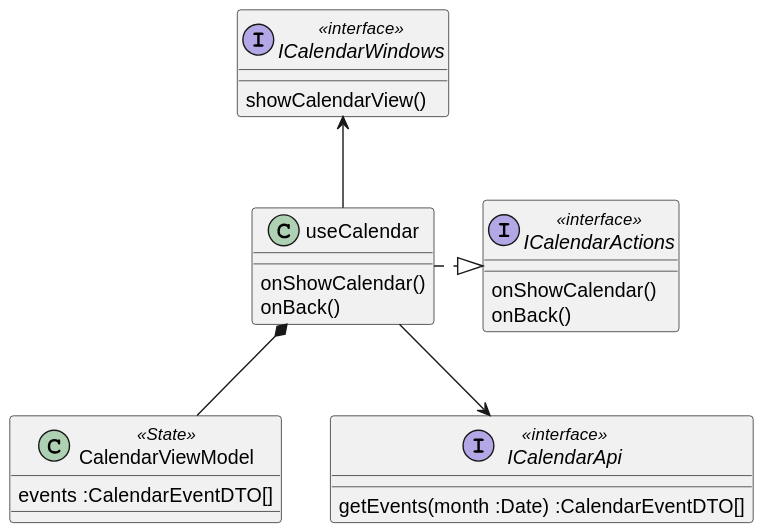
Above: diagrams/frontend/rendered/calendar-presenter.svg in Igor-Ochocki/POP-2026Z (PlantUML), before the change.
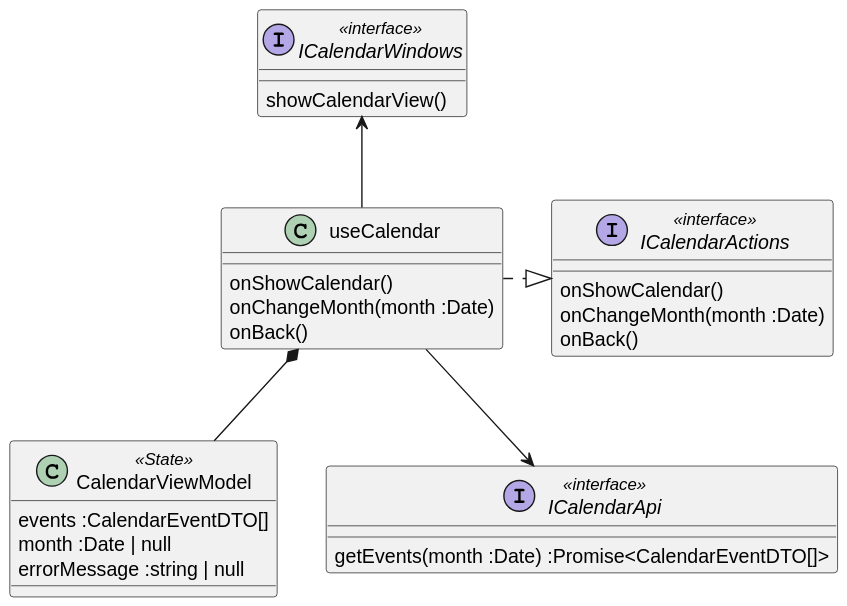
The same file after the commit.

What changed in the source:
```diff
@@ -1,15 +1,19 @@
 @startuml
 class useCalendar {
 onShowCalendar()
+onChangeMonth(month :Date)
 onBack()
 }
 
 class CalendarViewModel <<State>> {
 events :CalendarEventDTO[]
+month :Date | null
+errorMessage :string | null
 }
 
 interface ICalendarActions <<interface>> {
 onShowCalendar()
+onChangeMonth(month :Date)
 onBack()
 }
 
@@ -20,7 +24,7 @@
 useCalendar -u-> ICalendarWindows
 
 interface ICalendarApi <<interface>> {
-getEvents(month :Date) :CalendarEventDTO[]
+getEvents(month :Date) :Promise<CalendarEventDTO[]>
 }
 
 interface ICalendarWindows <<interface>> {
```
